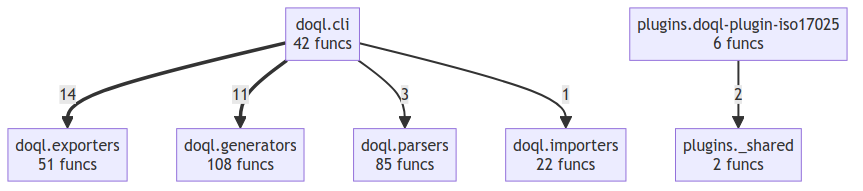
Before: project/compact_flow.png, a diagram exported from Mermaid (oqlos/doql). Its source is kept beside it as project/compact_flow.mmd.
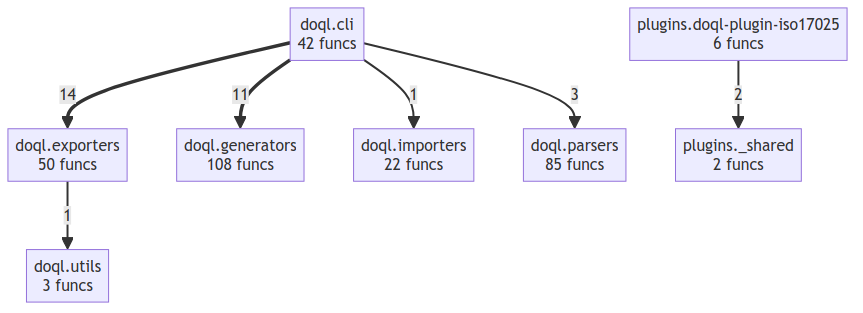
Above is the later version.

The edit, as a diff of the source:
```diff
@@ -1,9 +1,10 @@
 flowchart TD
     doql__cli["doql.cli<br/>42 funcs"]
-    doql__exporters["doql.exporters<br/>51 funcs"]
+    doql__exporters["doql.exporters<br/>50 funcs"]
     doql__generators["doql.generators<br/>108 funcs"]
     doql__importers["doql.importers<br/>22 funcs"]
     doql__parsers["doql.parsers<br/>85 funcs"]
+    doql__utils["doql.utils<br/>3 funcs"]
     plugins___shared["plugins._shared<br/>2 funcs"]
     plugins__doql_plugin_iso17025["plugins.doql-plugin-iso17025<br/>6 funcs"]
     doql__cli ==>|14| doql__exporters
@@ -11,3 +12,4 @@
     doql__cli -->|3| doql__parsers
     plugins__doql_plugin_iso17025 -->|2| plugins___shared
     doql__cli -->|1| doql__importers
+    doql__exporters -->|1| doql__utils
```
